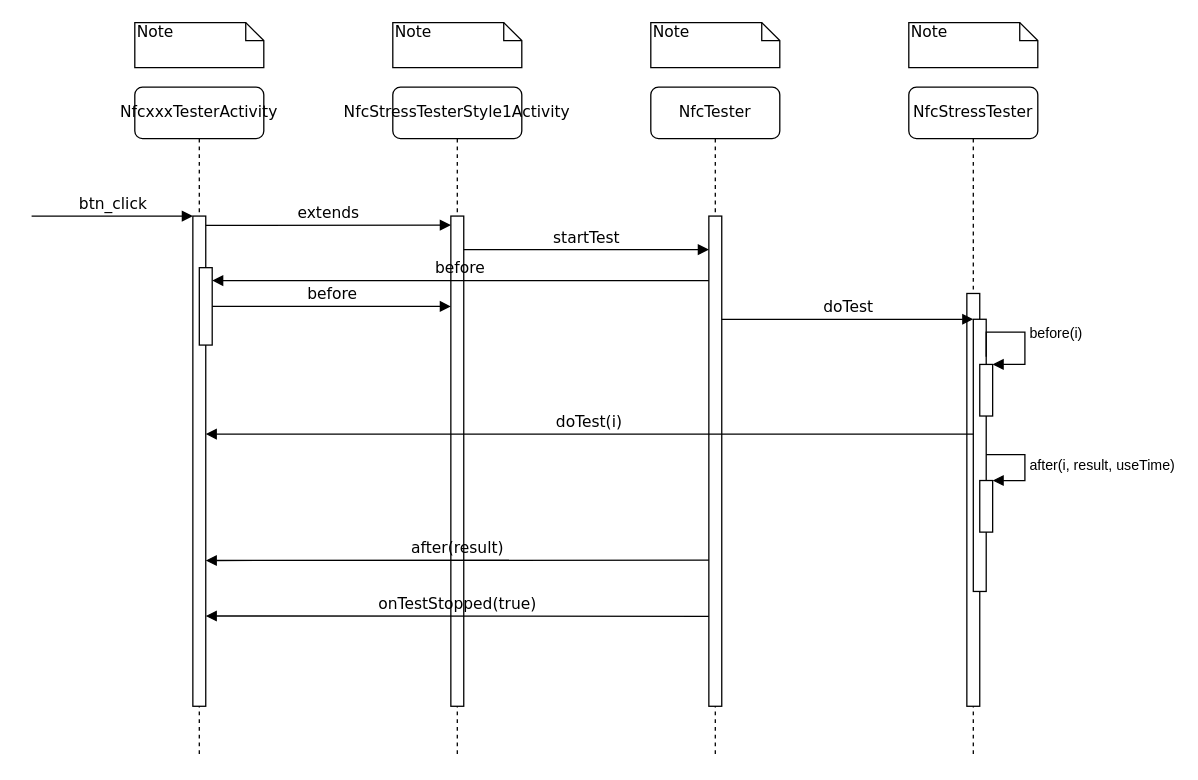
Before: Seq-NfcSwitchTester.drawio in SuperSources/draw.io, a draw.io diagram. Source tidied: cells renumbered, new cells numbered last; positions are measured from the earlier drawing's top-left corner, leaving out a move shared by most shapes. Both pictures are drawn from the tidied source at 129%, with x=0, y=0 at pixel (31, 22).
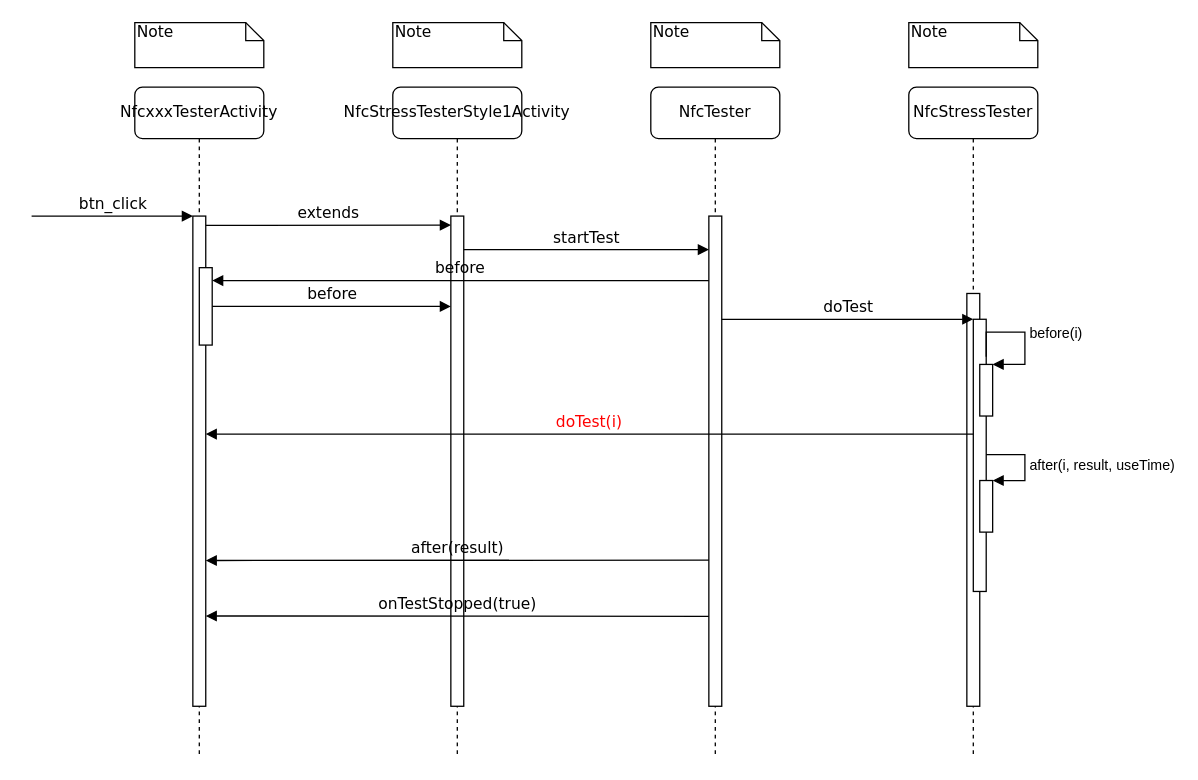
Above is the later version.

The edit, as a diff of the source:
```diff
@@
-    <mxCell id="25" value="doTest(i)" style="html=1;verticalAlign=bottom;endArrow=block;labelBackgroundColor=none;fontFamily=Verdana;fontSize=12;edgeStyle=elbowEdgeStyle;elbow=vertical;" parent="1" edge="1">
+    <mxCell id="25" value="&lt;font color=&quot;#ff0000&quot;&gt;doTest(i)&lt;/font&gt;" style="html=1;verticalAlign=bottom;endArrow=block;labelBackgroundColor=none;fontFamily=Verdana;fontSize=12;edgeStyle=elbowEdgeStyle;elbow=vertical;" parent="1" edge="1">
       <mxGeometry relative="1" as="geometry">
         <mxPoint x="730" y="319" as="sourcePoint" />
         <mxPoint x="135" y="319" as="targetPoint" />
         <Array as="points">
           <mxPoint x="570" y="319" />
           <mxPoint x="735" y="339" />
           <mxPoint x="730" y="339" />
         </Array>
       </mxGeometry>
     </mxCell>
```
